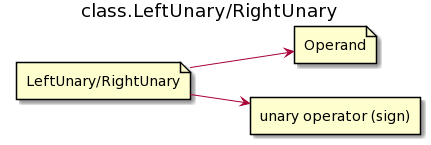
The PlantUML diagram img/classes/class.left-right_unary.png in AndreyBezverkhniy/KVM, before a commit. The source it was exported from:
```plantuml
@startuml
left to right direction
title class.LeftUnary/RightUnary

file "LeftUnary/RightUnary" as Unary
file Operand
rectangle "unary operator (sign)" as operator

Unary-->Operand
Unary-->operator
@enduml
```
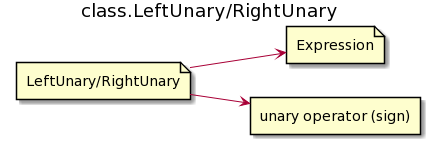
After the change.

Commit message:
spec: bin & l/r-unary: -->expressions

Change to the diagram source:
```diff
@@ -3,9 +3,9 @@
 title class.LeftUnary/RightUnary
 
 file "LeftUnary/RightUnary" as Unary
-file Operand
+file Expression
 rectangle "unary operator (sign)" as operator
 
-Unary-->Operand
+Unary-->Expression
 Unary-->operator
 @enduml
```
